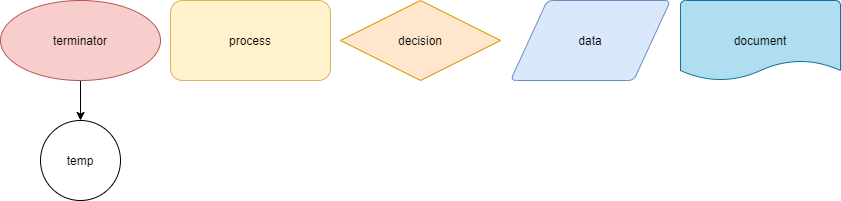
Earlier version of the draw.io export explore/diagramming/diagram.drawio.png (StevenSchaeffer/fa21-cse110-lab4). Source tidied: cells renumbered, new cells last; positions are measured from the earlier drawing's top-left corner, leaving out a move shared by most shapes.
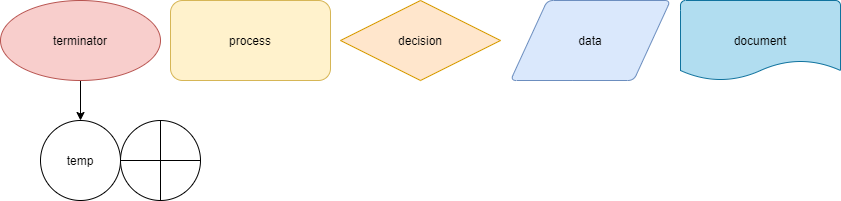
The same file after the commit.

What changed in the source:
```diff
@@ -23,5 +23,8 @@
     <mxCell id="8" value="temp" style="strokeWidth=1;html=1;shape=mxgraph.flowchart.start_2;whiteSpace=wrap;" parent="1" vertex="1">
       <mxGeometry x="40" y="120" width="80" height="80" as="geometry" />
     </mxCell>
+    <mxCell id="9" style="verticalLabelPosition=bottom;verticalAlign=top;html=1;shape=mxgraph.flowchart.summing_function;strokeWidth=1;" parent="1" vertex="1">
+      <mxGeometry x="120" y="120" width="80" height="80" as="geometry" />
+    </mxCell>
   </root>
 </mxGraphModel>
```
